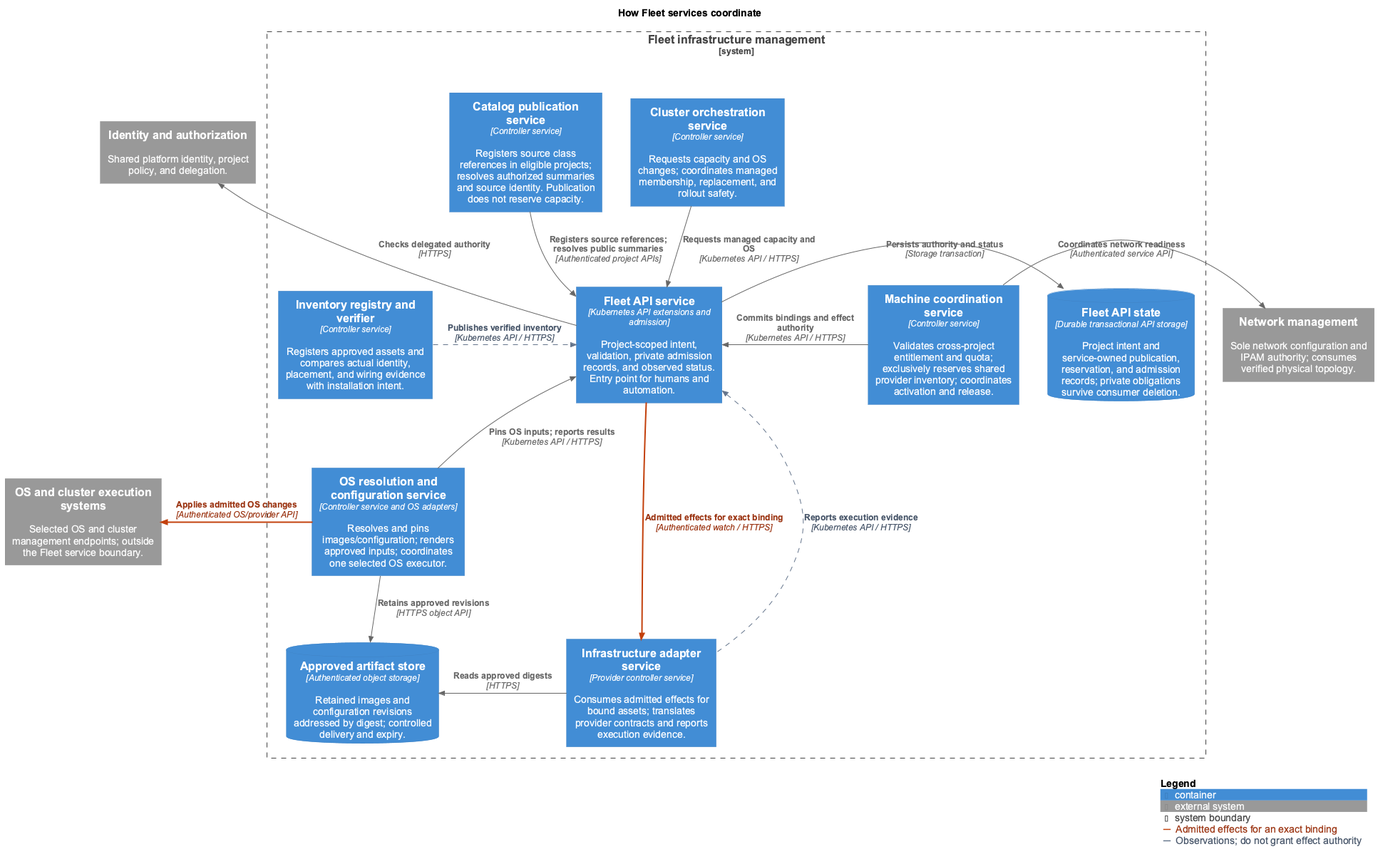
Before: docs/proposals/fleet-management/diagrams/containers.png, a diagram exported from PlantUML (datum-cloud/fleet).
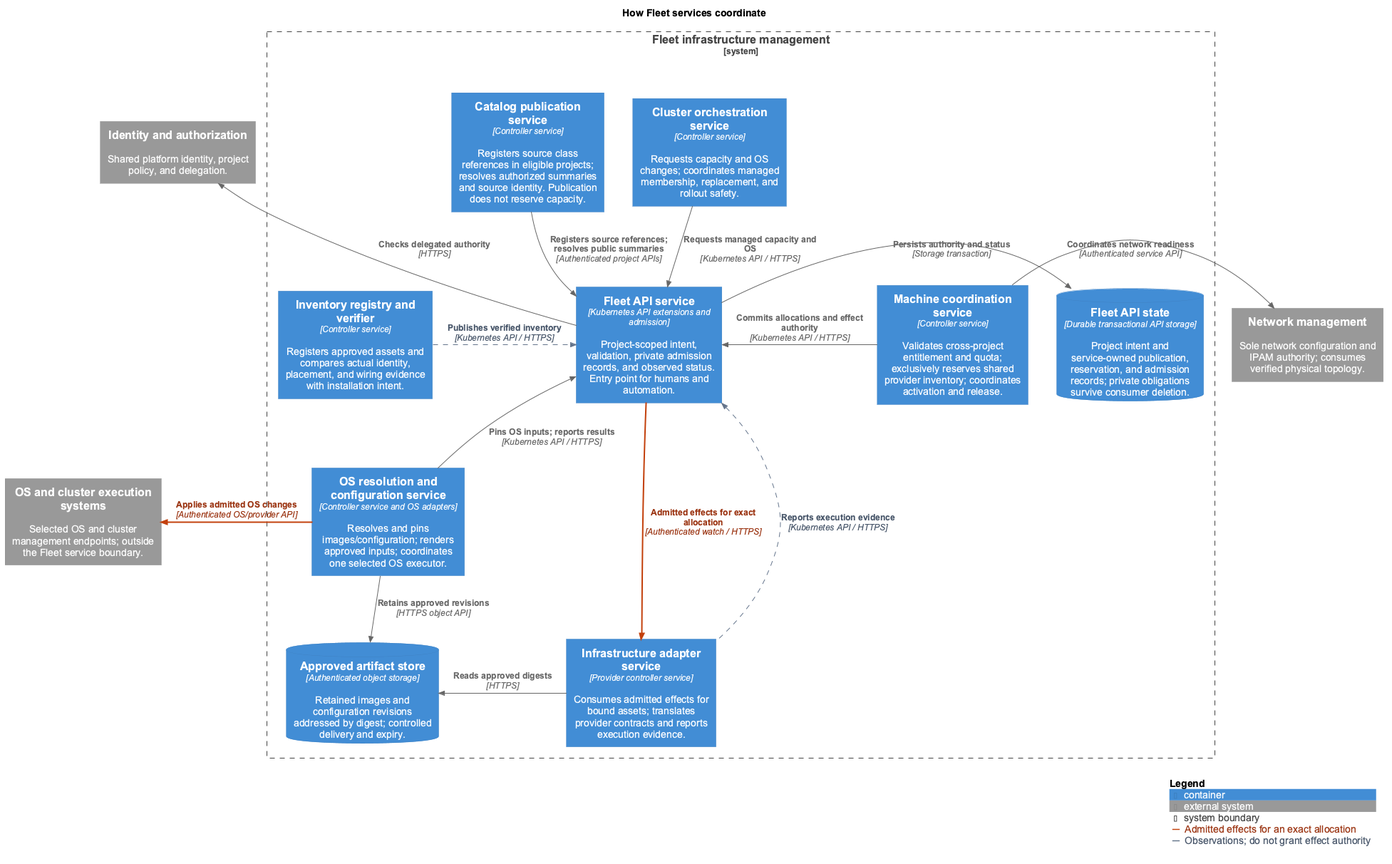
The same file after the commit.

Change to the diagram source:
```diff
@@ -9,7 +9,7 @@
 skinparam shadowing false
 skinparam nodesep 40
 skinparam ranksep 60
-AddRelTag("authority", $textColor="#9A3412", $lineColor="#C2410C", $lineStyle=BoldLine(), $legendText="Admitted effects for an exact binding")
+AddRelTag("authority", $textColor="#9A3412", $lineColor="#C2410C", $lineStyle=BoldLine(), $legendText="Admitted effects for an exact allocation")
 AddRelTag("evidence", $textColor="#475569", $lineColor="#64748B", $lineStyle=DashedLine(), $legendText="Observations; do not grant effect authority")
 
 System_Ext(identity, "Identity and authorization", "Shared platform identity, project policy, and delegation.")
@@ -33,12 +33,12 @@
 Rel_D(catalog, api, "Registers source references; resolves public summaries", "Authenticated project APIs")
 Rel_R(inventory, api, "Publishes verified inventory", "Kubernetes API / HTTPS", $tags="evidence")
 Rel_D(cluster, api, "Requests managed capacity and OS", "Kubernetes API / HTTPS")
-Rel_L(allocation, api, "Commits bindings and effect authority", "Kubernetes API / HTTPS")
+Rel_L(allocation, api, "Commits allocations and effect authority", "Kubernetes API / HTTPS")
 Rel_R(allocation, networking, "Coordinates network readiness", "Authenticated service API")
 Rel_U(os, api, "Pins OS inputs; reports results", "Kubernetes API / HTTPS")
 Rel_D(os, artifacts, "Retains approved revisions", "HTTPS object API")
 Rel_L(os, os_execution, "Applies admitted OS changes", "Authenticated OS/provider API", $tags="authority")
-Rel_D(api, provider, "Admitted effects for exact binding", "Authenticated watch / HTTPS", $tags="authority")
+Rel_D(api, provider, "Admitted effects for exact allocation", "Authenticated watch / HTTPS", $tags="authority")
 Rel_U(provider, api, "Reports execution evidence", "Kubernetes API / HTTPS", $tags="evidence")
 Rel_L(provider, artifacts, "Reads approved digests", "HTTPS")
 
```
